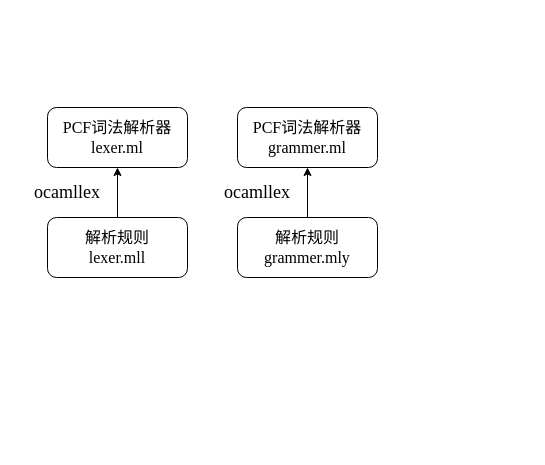
Earlier version of the draw.io diagram thesis/pcfparser.drawio (ABigDoge/MyDiagrams). Source tidied: cells renumbered, new cells numbered last; positions are measured from the earlier drawing's top-left corner, leaving out a move shared by most shapes. Both pictures are drawn from the tidied source at 100%, with x=0, y=0 at pixel (37, 107).
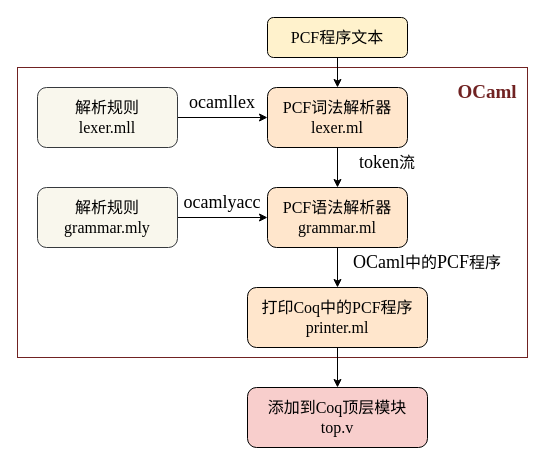
Above is the later version.

The edit, as a diff of the source:
```diff
@@
+    <mxCell id="10" style="rounded=0;whiteSpace=wrap;html=1;fillColor=none;strokeColor=#702222;" parent="1" vertex="1">
+      <mxGeometry x="-20" y="-40" width="510" height="290" as="geometry" />
+    </mxCell>
+    <mxCell id="11" style="edgeStyle=orthogonalEdgeStyle;rounded=0;jettySize=auto;html=1;" parent="1" edge="1" source="2" target="6">
+      <mxGeometry relative="1" as="geometry" />
+    </mxCell>
-    <mxCell id="2" value="&lt;font style=&quot;font-size: 16px;&quot;&gt;&lt;font face=&quot;Times New Roman&quot;&gt;PCF&lt;/font&gt;词法解析器&lt;br&gt;&lt;font face=&quot;Times New Roman&quot;&gt;lexer.ml&lt;/font&gt;&lt;/font&gt;" style="rounded=1;whiteSpace=wrap;html=1;" parent="1" vertex="1">
-      <mxGeometry x="10" width="140" height="60" as="geometry" />
+    <mxCell id="2" value="&lt;font style=&quot;font-size: 16px;&quot;&gt;&lt;font face=&quot;Times New Roman&quot;&gt;PCF&lt;/font&gt;词法解析器&lt;br&gt;&lt;font face=&quot;Times New Roman&quot;&gt;lexer.ml&lt;/font&gt;&lt;/font&gt;" style="rounded=1;whiteSpace=wrap;html=1;fillColor=#ffe6cc;strokeColor=#000000;" parent="1" vertex="1">
+      <mxGeometry x="230" y="-20" width="140" height="60" as="geometry" />
     </mxCell>
@@
-    <mxCell id="4" value="&lt;font style=&quot;font-size: 16px;&quot;&gt;&lt;font face=&quot;Times New Roman&quot;&gt;解析规则&lt;/font&gt;&lt;br&gt;&lt;font face=&quot;Times New Roman&quot;&gt;lexer.mll&lt;/font&gt;&lt;/font&gt;" style="rounded=1;whiteSpace=wrap;html=1;" parent="1" vertex="1">
-      <mxGeometry x="10" y="110" width="140" height="60" as="geometry" />
+    <mxCell id="4" value="&lt;font style=&quot;font-size: 16px;&quot;&gt;&lt;font face=&quot;Times New Roman&quot;&gt;解析规则&lt;/font&gt;&lt;br&gt;&lt;font face=&quot;Times New Roman&quot;&gt;lexer.mll&lt;/font&gt;&lt;/font&gt;" style="rounded=1;whiteSpace=wrap;html=1;fillColor=#f9f7ed;strokeColor=#36393d;" parent="1" vertex="1">
+      <mxGeometry y="-20" width="140" height="60" as="geometry" />
     </mxCell>
     <mxCell id="5" value="&lt;font face=&quot;Times New Roman&quot; style=&quot;font-size: 18px;&quot;&gt;ocamllex&lt;/font&gt;" style="text;html=1;strokeColor=none;fillColor=none;align=center;verticalAlign=middle;whiteSpace=wrap;rounded=0;" parent="1" vertex="1">
-      <mxGeometry y="70" width="60" height="30" as="geometry" />
+      <mxGeometry x="155" y="-20" width="60" height="30" as="geometry" />
     </mxCell>
+    <mxCell id="12" style="edgeStyle=orthogonalEdgeStyle;rounded=0;jettySize=auto;html=1;" parent="1" edge="1" source="6" target="14">
+      <mxGeometry relative="1" as="geometry" />
+    </mxCell>
-    <mxCell id="6" value="&lt;font style=&quot;font-size: 16px;&quot;&gt;&lt;font face=&quot;Times New Roman&quot;&gt;PCF&lt;/font&gt;词法解析器&lt;br&gt;&lt;font face=&quot;Times New Roman&quot;&gt;grammer.ml&lt;/font&gt;&lt;/font&gt;" style="rounded=1;whiteSpace=wrap;html=1;" parent="1" vertex="1">
-      <mxGeometry x="200" width="140" height="60" as="geometry" />
+    <mxCell id="6" value="&lt;font style=&quot;font-size: 16px;&quot;&gt;&lt;font face=&quot;Times New Roman&quot;&gt;PCF语&lt;/font&gt;法解析器&lt;br&gt;&lt;font face=&quot;Times New Roman&quot;&gt;grammar.ml&lt;/font&gt;&lt;/font&gt;" style="rounded=1;whiteSpace=wrap;html=1;fillColor=#ffe6cc;strokeColor=#000000;" parent="1" vertex="1">
+      <mxGeometry x="230" y="80" width="140" height="60" as="geometry" />
     </mxCell>
@@
-    <mxCell id="8" value="&lt;font style=&quot;font-size: 16px;&quot;&gt;&lt;font face=&quot;Times New Roman&quot;&gt;解析规则&lt;/font&gt;&lt;br&gt;&lt;font face=&quot;Times New Roman&quot;&gt;grammer.mly&lt;/font&gt;&lt;/font&gt;" style="rounded=1;whiteSpace=wrap;html=1;" parent="1" vertex="1">
-      <mxGeometry x="200" y="110" width="140" height="60" as="geometry" />
+    <mxCell id="8" value="&lt;font style=&quot;font-size: 16px;&quot;&gt;&lt;font face=&quot;Times New Roman&quot;&gt;解析规则&lt;/font&gt;&lt;br&gt;&lt;font face=&quot;Times New Roman&quot;&gt;grammar.mly&lt;/font&gt;&lt;/font&gt;" style="rounded=1;whiteSpace=wrap;html=1;fillColor=#f9f7ed;strokeColor=#36393d;" parent="1" vertex="1">
+      <mxGeometry y="80" width="140" height="60" as="geometry" />
     </mxCell>
-    <mxCell id="9" value="&lt;font face=&quot;Times New Roman&quot; style=&quot;font-size: 18px;&quot;&gt;ocamllex&lt;/font&gt;" style="text;html=1;strokeColor=none;fillColor=none;align=center;verticalAlign=middle;whiteSpace=wrap;rounded=0;" parent="1" vertex="1">
-      <mxGeometry x="190" y="70" width="60" height="30" as="geometry" />
+    <mxCell id="9" value="&lt;font face=&quot;Times New Roman&quot; style=&quot;font-size: 18px;&quot;&gt;ocamlyacc&lt;/font&gt;" style="text;html=1;strokeColor=none;fillColor=none;align=center;verticalAlign=middle;whiteSpace=wrap;rounded=0;" parent="1" vertex="1">
+      <mxGeometry x="140" y="80" width="90" height="30" as="geometry" />
     </mxCell>
+    <mxCell id="13" style="edgeStyle=orthogonalEdgeStyle;rounded=0;jettySize=auto;html=1;" parent="1" edge="1" source="14" target="15">
+      <mxGeometry relative="1" as="geometry" />
+    </mxCell>
+    <mxCell id="14" value="&lt;font style=&quot;font-size: 16px;&quot;&gt;&lt;font face=&quot;Times New Roman&quot;&gt;打印Coq中的PCF程序&lt;/font&gt;&lt;br&gt;&lt;font face=&quot;Times New Roman&quot;&gt;printer.ml&lt;/font&gt;&lt;/font&gt;" style="rounded=1;whiteSpace=wrap;html=1;fillColor=#ffe6cc;strokeColor=#000000;" parent="1" vertex="1">
+      <mxGeometry x="210" y="180" width="180" height="60" as="geometry" />
+    </mxCell>
+    <mxCell id="15" value="&lt;font face=&quot;Times New Roman&quot;&gt;&lt;span style=&quot;font-size: 16px;&quot;&gt;添加到Coq顶层模块&lt;br&gt;top.v&lt;br&gt;&lt;/span&gt;&lt;/font&gt;" style="rounded=1;whiteSpace=wrap;html=1;fillColor=#f8cecc;strokeColor=#000000;" parent="1" vertex="1">
+      <mxGeometry x="210" y="280" width="180" height="60" as="geometry" />
+    </mxCell>
+    <mxCell id="16" value="&lt;font face=&quot;Times New Roman&quot; style=&quot;font-size: 18px;&quot;&gt;token&lt;/font&gt;&lt;font face=&quot;Times New Roman&quot; style=&quot;font-size: 16px;&quot;&gt;流&lt;/font&gt;" style="text;html=1;strokeColor=none;fillColor=none;align=center;verticalAlign=middle;whiteSpace=wrap;rounded=0;" parent="1" vertex="1">
+      <mxGeometry x="320" y="40" width="60" height="30" as="geometry" />
+    </mxCell>
+    <mxCell id="17" value="&lt;font face=&quot;Times New Roman&quot; style=&quot;font-size: 18px;&quot;&gt;OCaml&lt;/font&gt;&lt;font face=&quot;Helvetica&quot; style=&quot;font-size: 16px;&quot;&gt;中的&lt;/font&gt;&lt;font face=&quot;Times New Roman&quot; style=&quot;font-size: 18px;&quot;&gt;PCF&lt;/font&gt;&lt;font face=&quot;Helvetica&quot; style=&quot;font-size: 16px;&quot;&gt;程序&lt;/font&gt;" style="text;html=1;strokeColor=none;fillColor=none;align=center;verticalAlign=middle;whiteSpace=wrap;rounded=0;" parent="1" vertex="1">
+      <mxGeometry x="310" y="140" width="160" height="30" as="geometry" />
+    </mxCell>
+    <mxCell id="18" value="&lt;font size=&quot;1&quot; color=&quot;#702222&quot; face=&quot;Times New Roman&quot; style=&quot;&quot;&gt;&lt;b style=&quot;font-size: 19px;&quot;&gt;OCaml&lt;/b&gt;&lt;/font&gt;" style="text;html=1;strokeColor=none;fillColor=none;align=center;verticalAlign=middle;whiteSpace=wrap;rounded=0;" parent="1" vertex="1">
+      <mxGeometry x="420" y="-30" width="60" height="30" as="geometry" />
+    </mxCell>
+    <mxCell id="19" value="&lt;font style=&quot;font-size: 16px;&quot;&gt;&lt;font face=&quot;Times New Roman&quot;&gt;PCF程序文本&lt;/font&gt;&lt;/font&gt;" style="rounded=1;whiteSpace=wrap;html=1;fillColor=#fff2cc;strokeColor=#000000;" parent="1" vertex="1">
+      <mxGeometry x="230" y="-90" width="140" height="40" as="geometry" />
+    </mxCell>
+    <mxCell id="20" style="rounded=0;jettySize=auto;html=1;exitX=0.5;exitY=1;exitDx=0;exitDy=0;" parent="1" edge="1" source="19">
+      <mxGeometry relative="1" as="geometry">
+        <mxPoint x="300" y="-20" as="targetPoint" />
+      </mxGeometry>
+    </mxCell>
```
